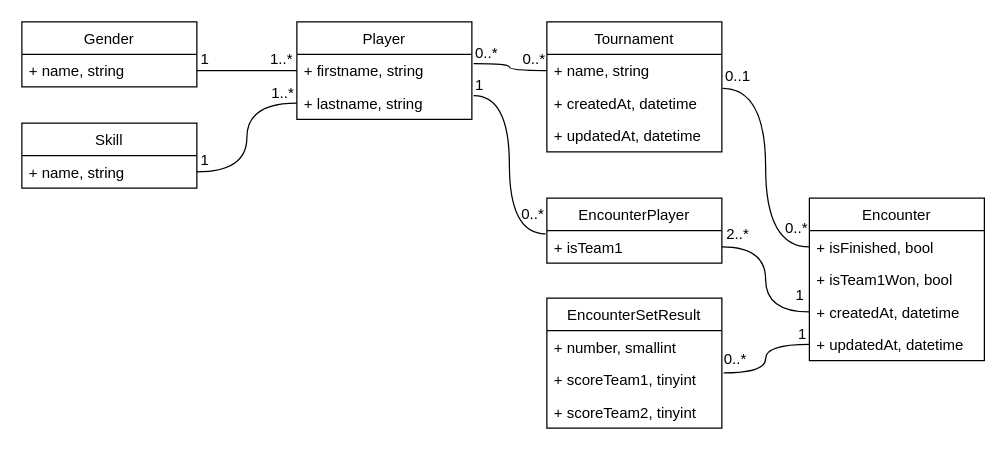
Before: docs/UML/class_diagram_v1.drawio in kdefarge/badminton-club, a draw.io diagram. Source tidied: cells renumbered, new cells numbered last; positions are measured from the earlier drawing's top-left corner, leaving out a move shared by most shapes. Both pictures are drawn from the tidied source at 125%, with x=0, y=0 at pixel (21, 21).
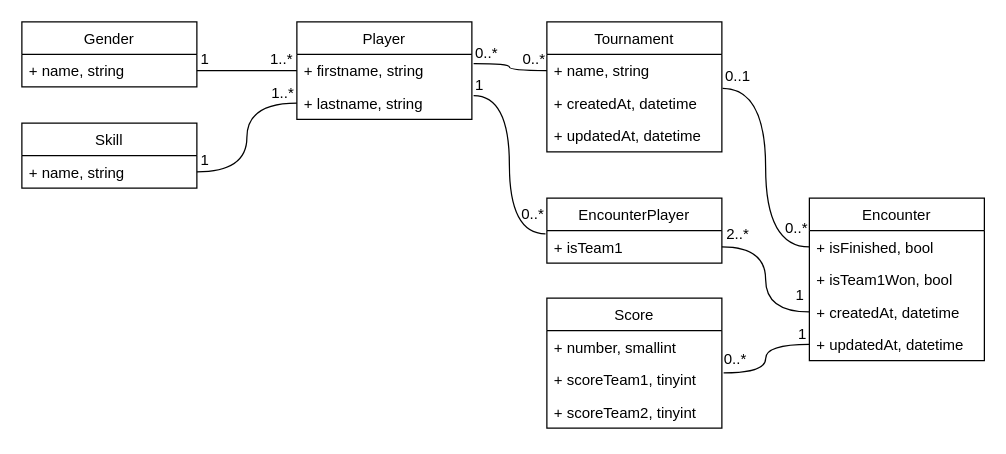
After the change.

What changed in the source:
```diff
@@
-    <mxCell id="10" value="EncounterSetResult" style="swimlane;fontStyle=0;horizontal=1;startSize=26;fillColor=none;" parent="1" vertex="1">
+    <mxCell id="10" value="Score" style="swimlane;fontStyle=0;horizontal=1;startSize=26;fillColor=none;" parent="1" vertex="1">
       <mxGeometry x="420" y="221" width="140" height="104" as="geometry" />
     </mxCell>
```
